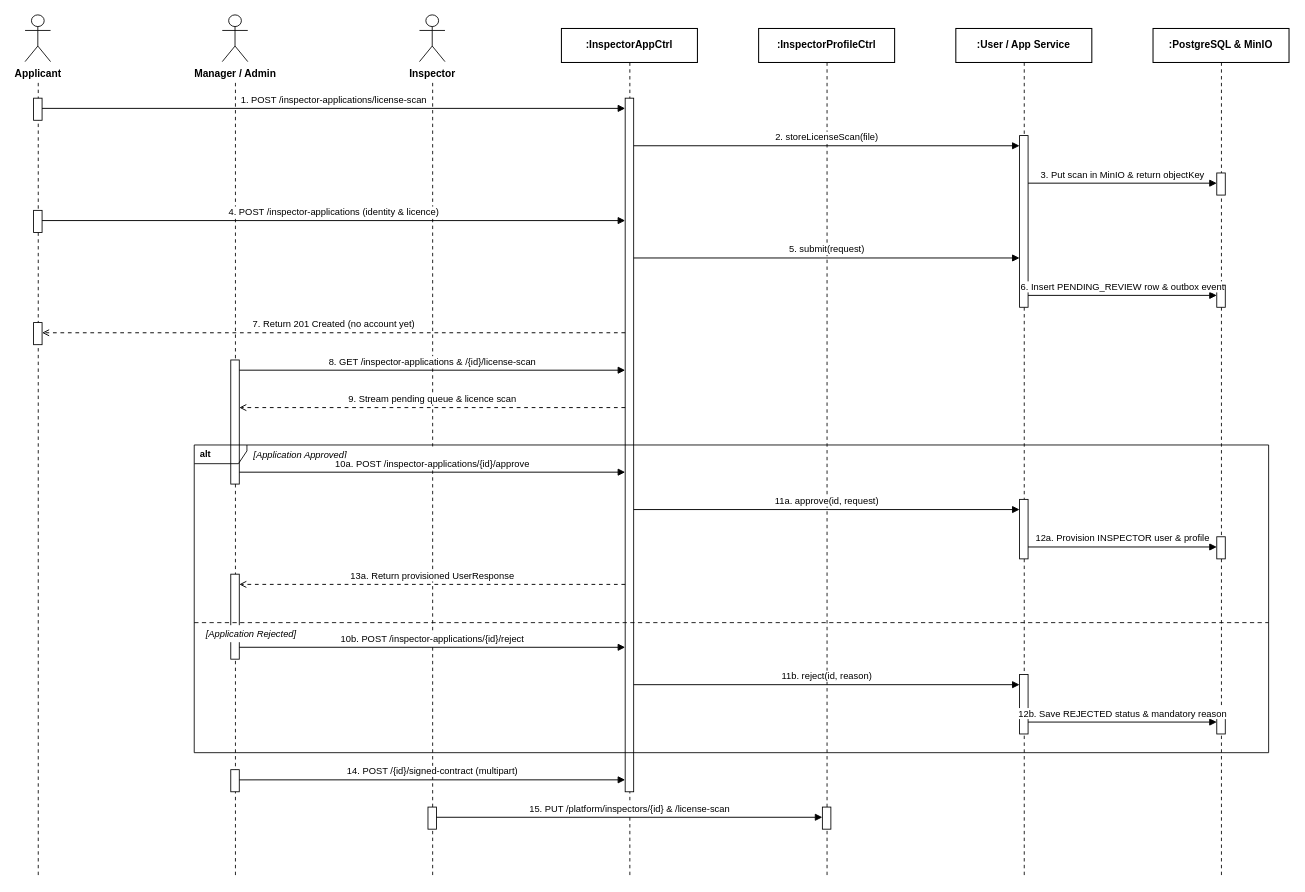
tungbach12/SmartDroneInspection-Docs keeps this draw.io diagram as page "FE-02 - Partner Inspector Onboarding" (3 of 26) of diagrams/smartdrone-sequence-diagrams.drawio. Above is the earlier version. Source tidied: cells renumbered, new cells numbered last; positions are measured from the earlier drawing's top-left corner, leaving out a move shared by most shapes. Both pictures are drawn from the tidied source at 85%, with x=0, y=0 at pixel (25, 14).
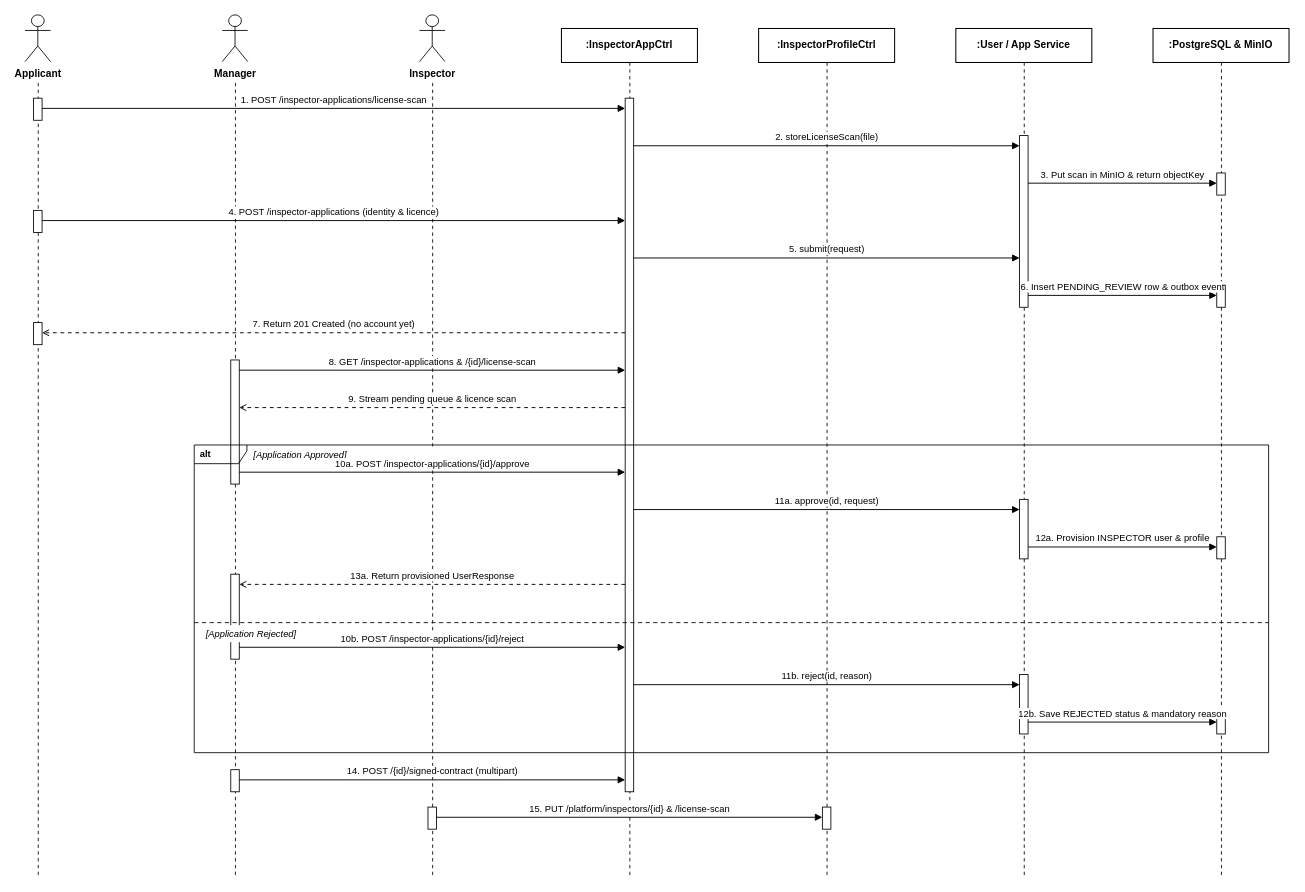
Above is the later version.

The edit, as a diff of the source:
```diff
@@
-    <mxCell id="4" value="Manager / Admin" style="shape=umlActor;verticalLabelPosition=bottom;verticalAlign=top;html=1;fillColor=#ffffff;strokeColor=#000000;fontColor=#000000;fontStyle=1;fontSize=12;fontFamily=Helvetica;" parent="1" vertex="1">
+    <mxCell id="4" value="Manager" style="shape=umlActor;verticalLabelPosition=bottom;verticalAlign=top;html=1;fillColor=#ffffff;strokeColor=#000000;fontColor=#000000;fontStyle=1;fontSize=12;fontFamily=Helvetica;" parent="1" vertex="1">
       <mxGeometry x="232" width="30" height="55" as="geometry" />
     </mxCell>
```
